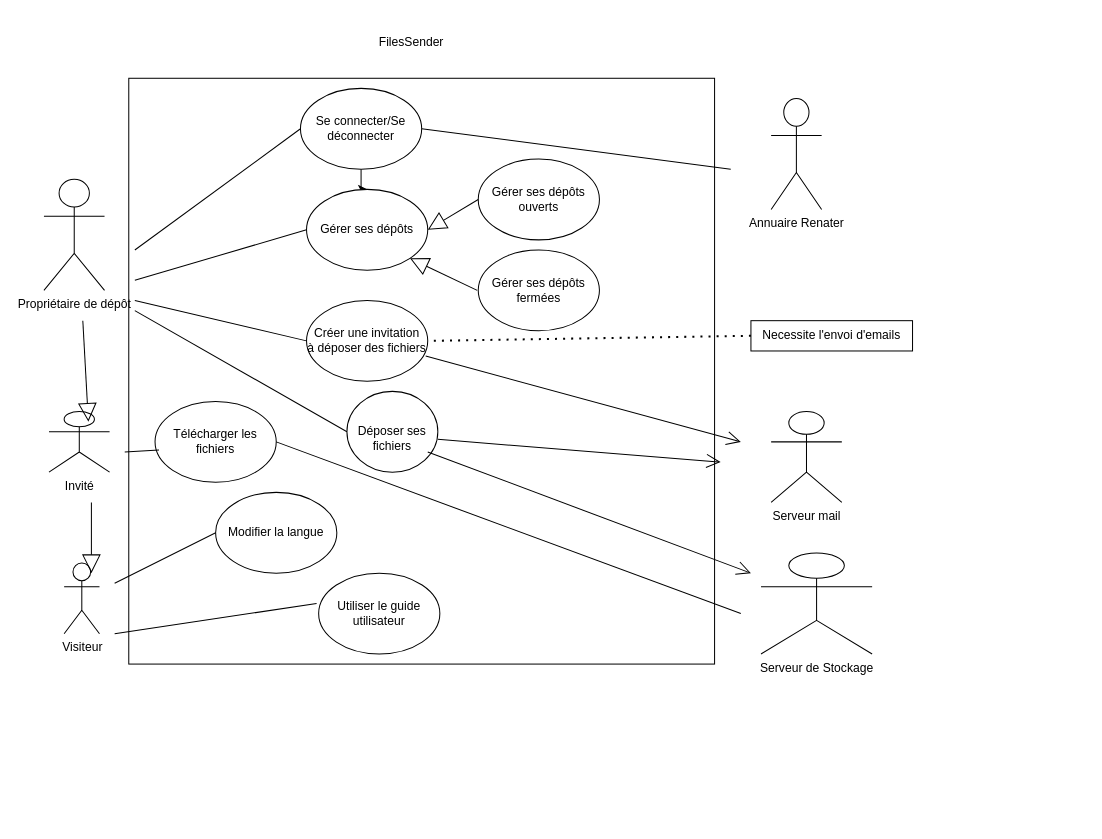
Above: Diagramme sans nom.drawio in lenny-vergerolle/lennyverg (draw.io), before the change. Source tidied: cells renumbered, new cells numbered last; positions are measured from the earlier drawing's top-left corner, leaving out a move shared by most shapes. Both pictures are drawn from the tidied source at 101%, with x=0, y=0 at pixel (43, 17).
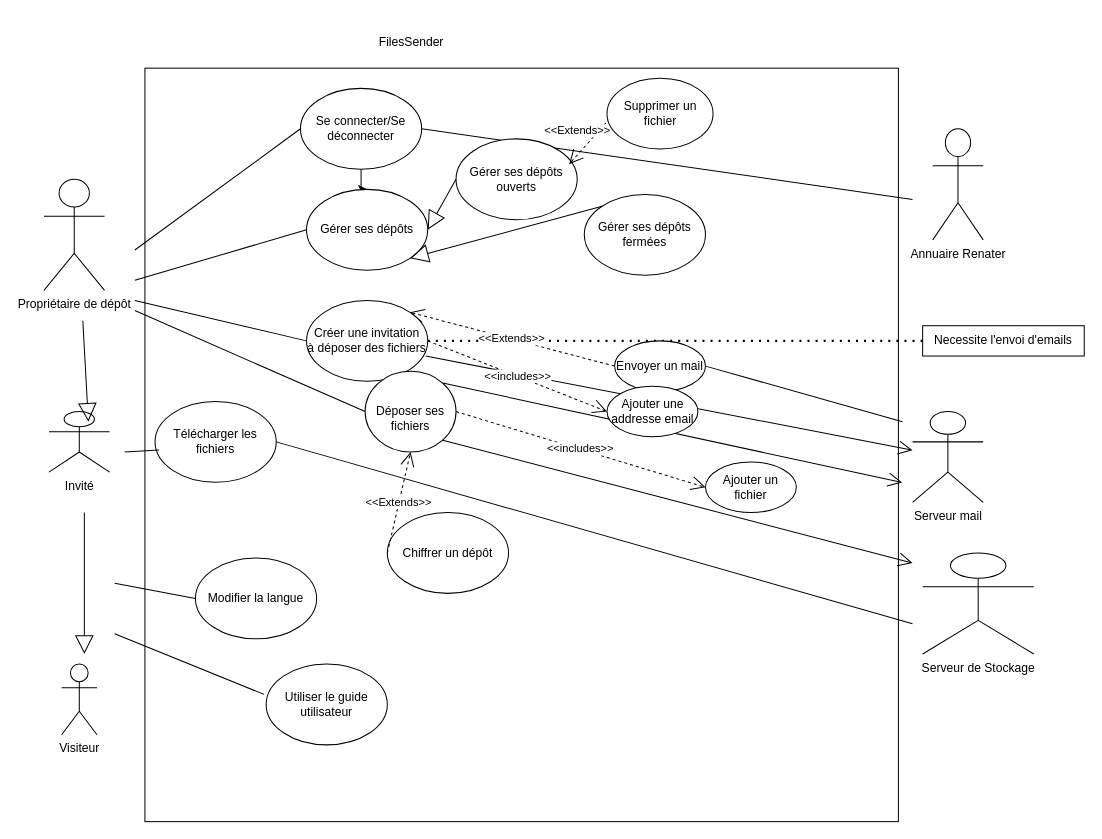
The same page after the edit.

Commit message:
Mettre à jour Diagramme sans nom.drawio

The change refers to these unchanged cells:
```xml
<mxCell id="4" value="Se connecter/Se déconnecter" style="ellipse;whiteSpace=wrap;html=1;" parent="1" vertex="1">
  <mxGeometry x="254" y="70" width="120" height="80" as="geometry" />
</mxCell>
<mxCell id="6" value="Gérer ses dépôts" style="ellipse;whiteSpace=wrap;html=1;" parent="1" vertex="1">
  <mxGeometry x="260" y="170" width="120" height="80" as="geometry" />
</mxCell>
<mxCell id="7" value="Créer une invitation&lt;br&gt;à déposer des fichiers" style="ellipse;whiteSpace=wrap;html=1;" parent="1" vertex="1">
  <mxGeometry x="260" y="280" width="120" height="80" as="geometry" />
</mxCell>
<mxCell id="31" value="Télécharger les fichiers" style="ellipse;whiteSpace=wrap;html=1;" parent="1" vertex="1">
  <mxGeometry x="110" y="380" width="120" height="80" as="geometry" />
</mxCell>
```

Diff of the diagram source:
```diff
@@
     <mxCell id="2" style="whiteSpace=wrap;html=1;" parent="1" vertex="1">
-      <mxGeometry x="84" y="60" width="580" height="580" as="geometry" />
+      <mxGeometry x="100" y="50" width="746" height="746" as="geometry" />
     </mxCell>
@@
     <mxCell id="8" value="&lt;br&gt;Déposer ses fichiers " style="ellipse;whiteSpace=wrap;html=1;direction=south;" parent="1" vertex="1">
-      <mxGeometry x="300" y="370" width="90" height="80" as="geometry" />
+      <mxGeometry x="318" y="350" width="90" height="80" as="geometry" />
     </mxCell>
@@
     <mxCell id="13" value="Annuaire Renater" style="shape=umlActor;verticalLabelPosition=bottom;verticalAlign=top;html=1;" parent="1" vertex="1">
-      <mxGeometry x="720" y="80" width="50" height="110" as="geometry" />
+      <mxGeometry x="880" y="110" width="50" height="110" as="geometry" />
     </mxCell>
     <mxCell id="14" value="Serveur mail" style="shape=umlActor;verticalLabelPosition=bottom;verticalAlign=top;html=1;outlineConnect=0;" parent="1" vertex="1">
-      <mxGeometry x="720" y="390" width="70" height="90" as="geometry" />
+      <mxGeometry x="860" y="390" width="70" height="90" as="geometry" />
     </mxCell>
     <mxCell id="15" value="Necessite l'envoi d'emails" style="rounded=0;whiteSpace=wrap;html=1;" parent="1" vertex="1">
-      <mxGeometry x="700" y="300" width="160" height="30" as="geometry" />
+      <mxGeometry x="870" y="305" width="160" height="30" as="geometry" />
     </mxCell>
     <mxCell id="16" style="endArrow=none;html=1;rounded=0;entryX=1;entryY=0.5;entryDx=0;entryDy=0;" parent="1" edge="1" target="4">
       <mxGeometry relative="1" as="geometry">
-        <mxPoint x="680" y="150" as="sourcePoint" />
+        <mxPoint x="860" y="180" as="sourcePoint" />
       </mxGeometry>
     </mxCell>
-    <mxCell id="17" style="endArrow=open;endFill=1;endSize=12;html=1;rounded=0;exitX=0.5;exitY=0;exitDx=0;exitDy=0;" parent="1" edge="1">
-      <mxGeometry relative="1" as="geometry">
-        <mxPoint x="390" y="417.5" as="sourcePoint" />
-        <mxPoint x="670" y="440" as="targetPoint" />
-      </mxGeometry>
+    <mxCell id="17" style="endArrow=open;endFill=1;endSize=12;html=1;rounded=0;exitX=0;exitY=0;exitDx=0;exitDy=0;entryX=1.005;entryY=0.55;entryDx=0;entryDy=0;entryPerimeter=0;" parent="1" edge="1" source="8" target="2">
+      <mxGeometry relative="1" as="geometry" />
     </mxCell>
@@
     <mxCell id="20" value="Serveur de Stockage" style="shape=umlActor;verticalLabelPosition=bottom;verticalAlign=top;html=1;" parent="1" vertex="1">
-      <mxGeometry x="710" y="530" width="110" height="100" as="geometry" />
+      <mxGeometry x="870" y="530" width="110" height="100" as="geometry" />
     </mxCell>
     <mxCell id="21" value="Visiteur" style="shape=umlActor;verticalLabelPosition=bottom;verticalAlign=top;html=1;" parent="1" vertex="1">
-      <mxGeometry x="20" y="540" width="35" height="70" as="geometry" />
+      <mxGeometry x="17.5" y="640" width="35" height="70" as="geometry" />
     </mxCell>
     <mxCell id="22" value="Modifier la langue" style="ellipse;whiteSpace=wrap;html=1;" parent="1" vertex="1">
-      <mxGeometry x="170" y="470" width="120" height="80" as="geometry" />
+      <mxGeometry x="150" y="535" width="120" height="80" as="geometry" />
     </mxCell>
@@
     <mxCell id="24" value="Utiliser le guide utilisateur" style="ellipse;whiteSpace=wrap;html=1;" parent="1" vertex="1">
-      <mxGeometry x="272" y="550" width="120" height="80" as="geometry" />
+      <mxGeometry x="220" y="640" width="120" height="80" as="geometry" />
     </mxCell>
@@
-    <mxCell id="26" style="endArrow=open;endFill=1;endSize=12;html=1;rounded=0;" parent="1" edge="1">
+    <mxCell id="26" style="endArrow=open;endFill=1;endSize=12;html=1;rounded=0;exitX=1;exitY=0;exitDx=0;exitDy=0;" parent="1" edge="1" source="8">
       <mxGeometry relative="1" as="geometry">
-        <mxPoint x="380" y="430" as="sourcePoint" />
-        <mxPoint x="700" y="550" as="targetPoint" />
+        <mxPoint x="860" y="540" as="targetPoint" />
       </mxGeometry>
     </mxCell>
     <mxCell id="27" value="Gérer ses dépôts ouverts" style="ellipse;whiteSpace=wrap;html=1;" parent="1" vertex="1">
-      <mxGeometry x="430" y="140" width="120" height="80" as="geometry" />
+      <mxGeometry x="408" y="120" width="120" height="80" as="geometry" />
     </mxCell>
     <mxCell id="28" value="Gérer ses dépôts fermées" style="ellipse;whiteSpace=wrap;html=1;" parent="1" vertex="1">
-      <mxGeometry x="430" y="230" width="120" height="80" as="geometry" />
+      <mxGeometry x="535" y="175" width="120" height="80" as="geometry" />
     </mxCell>
@@
-    <mxCell id="30" style="endArrow=open;endFill=1;endSize=12;html=1;rounded=0;exitX=0.983;exitY=0.688;exitDx=0;exitDy=0;exitPerimeter=0;" parent="1" edge="1" source="7">
-      <mxGeometry relative="1" as="geometry">
-        <mxPoint x="690" y="420" as="targetPoint" />
-      </mxGeometry>
+    <mxCell id="30" style="endArrow=open;endFill=1;endSize=12;html=1;rounded=0;exitX=0.983;exitY=0.688;exitDx=0;exitDy=0;exitPerimeter=0;" parent="1" edge="1" source="7" target="14">
+      <mxGeometry relative="1" as="geometry" />
     </mxCell>
@@
     <mxCell id="33" style="endArrow=none;html=1;rounded=0;exitX=1;exitY=0.5;exitDx=0;exitDy=0;" parent="1" edge="1" source="31">
       <mxGeometry relative="1" as="geometry">
-        <mxPoint x="690" y="590" as="targetPoint" />
+        <mxPoint x="860" y="600" as="targetPoint" />
       </mxGeometry>
     </mxCell>
@@
     <mxCell id="36" style="endArrow=block;endSize=16;endFill=0;html=1;rounded=0;" parent="1" edge="1">
       <mxGeometry relative="1" as="geometry">
-        <mxPoint x="47" y="480" as="sourcePoint" />
-        <mxPoint x="47" y="550" as="targetPoint" />
+        <mxPoint x="40" y="490" as="sourcePoint" />
+        <mxPoint x="40" y="630" as="targetPoint" />
       </mxGeometry>
     </mxCell>
-    <mxCell id="37" style="endArrow=block;endSize=16;endFill=0;html=1;rounded=0;entryX=1;entryY=1;entryDx=0;entryDy=0;" parent="1" edge="1" target="6">
-      <mxGeometry relative="1" as="geometry">
-        <mxPoint x="429" y="270" as="sourcePoint" />
-      </mxGeometry>
+    <mxCell id="37" style="endArrow=block;endSize=16;endFill=0;html=1;rounded=0;entryX=1;entryY=1;entryDx=0;entryDy=0;exitX=0;exitY=0;exitDx=0;exitDy=0;" parent="1" edge="1" source="28" target="6">
+      <mxGeometry relative="1" as="geometry" />
     </mxCell>
+    <mxCell id="38" value="Chiffrer un dépôt" style="ellipse;whiteSpace=wrap;html=1;" parent="1" vertex="1">
+      <mxGeometry x="340" y="490" width="120" height="80" as="geometry" />
+    </mxCell>
+    <mxCell id="39" value="&amp;lt;&amp;lt;Extends&amp;gt;&amp;gt;" style="endArrow=open;endSize=12;dashed=1;html=1;rounded=0;exitX=0;exitY=0.5;exitDx=0;exitDy=0;entryX=1;entryY=0.5;entryDx=0;entryDy=0;" parent="1" edge="1" source="38" target="8">
+      <mxGeometry relative="1" as="geometry" />
+    </mxCell>
+    <mxCell id="40" value="Ajouter un fichier" style="ellipse;whiteSpace=wrap;html=1;" parent="1" vertex="1">
+      <mxGeometry x="655" y="440" width="90" height="50" as="geometry" />
+    </mxCell>
+    <mxCell id="41" value="&amp;lt;&amp;lt;includes&amp;gt;&amp;gt;" style="endArrow=open;endSize=12;dashed=1;html=1;rounded=0;exitX=0.5;exitY=0;exitDx=0;exitDy=0;entryX=0;entryY=0.5;entryDx=0;entryDy=0;" parent="1" edge="1" source="8" target="40">
+      <mxGeometry relative="1" as="geometry" />
+    </mxCell>
+    <mxCell id="42" value="&amp;lt;&amp;lt;Extends&amp;gt;&amp;gt;" style="endArrow=open;endSize=12;dashed=1;html=1;rounded=0;entryX=0.5;entryY=1;entryDx=0;entryDy=0;exitX=0.617;exitY=0.067;exitDx=0;exitDy=0;exitPerimeter=0;" parent="1" edge="1" source="2">
+      <mxGeometry x="-0.02" y="-16" relative="1" as="geometry">
+        <mxPoint x="520" y="145" as="targetPoint" />
+      </mxGeometry>
+    </mxCell>
+    <mxCell id="43" value="Envoyer un mail" style="ellipse;whiteSpace=wrap;html=1;" parent="1" vertex="1">
+      <mxGeometry x="565" y="320" width="90" height="50" as="geometry" />
+    </mxCell>
+    <mxCell id="44" value="&amp;lt;&amp;lt;Extends&amp;gt;&amp;gt;" style="endArrow=open;endSize=12;dashed=1;html=1;rounded=0;exitX=0;exitY=0.5;exitDx=0;exitDy=0;entryX=1;entryY=0;entryDx=0;entryDy=0;" parent="1" edge="1" source="43" target="7">
+      <mxGeometry relative="1" as="geometry" />
+    </mxCell>
+    <mxCell id="45" value="Supprimer un fichier" style="ellipse;whiteSpace=wrap;html=1;" parent="1" vertex="1">
+      <mxGeometry x="557.5" y="60" width="105" height="70" as="geometry" />
+    </mxCell>
+    <mxCell id="46" value="&amp;lt;&amp;lt;includes&amp;gt;&amp;gt;" style="endArrow=open;endSize=12;dashed=1;html=1;rounded=0;exitX=1;exitY=0.5;exitDx=0;exitDy=0;entryX=0;entryY=0.5;entryDx=0;entryDy=0;" parent="1" edge="1" source="7" target="47">
+      <mxGeometry x="0.01" relative="1" as="geometry" />
+    </mxCell>
+    <mxCell id="47" value="Ajouter une addresse email" style="ellipse;whiteSpace=wrap;html=1;" parent="1" vertex="1">
+      <mxGeometry x="557.5" y="365" width="90" height="50" as="geometry" />
+    </mxCell>
+    <mxCell id="48" style="endArrow=none;html=1;rounded=0;exitX=1;exitY=0.5;exitDx=0;exitDy=0;" parent="1" edge="1" source="43">
+      <mxGeometry relative="1" as="geometry">
+        <mxPoint x="850" y="400" as="targetPoint" />
+      </mxGeometry>
+    </mxCell>
```
